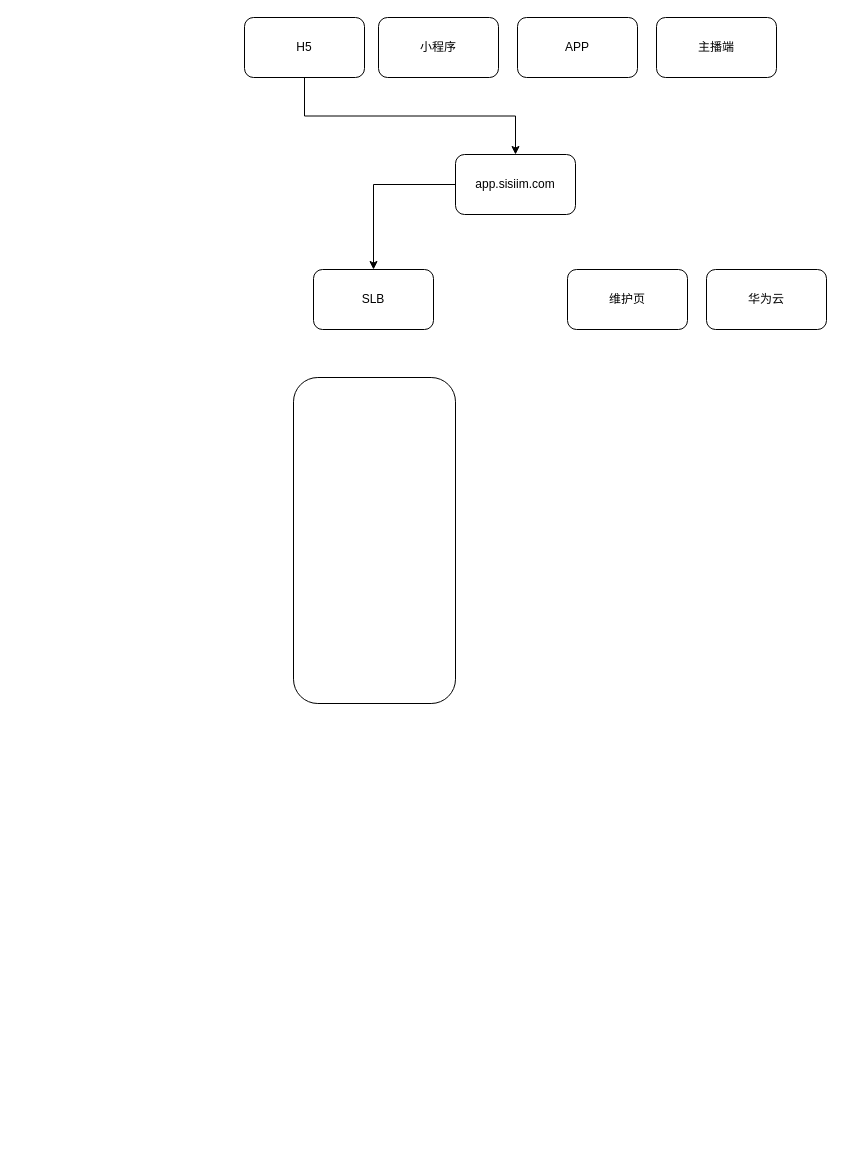
The draw.io diagram 直播迁移实施方案.drawio in mingtian110/pc_home, before the edit. Source tidied: cells renumbered, new cells numbered last; positions are measured from the earlier drawing's top-left corner, leaving out a move shared by most shapes. Both pictures are drawn from the tidied source at 100%, with x=0, y=0 at pixel (244, 17).
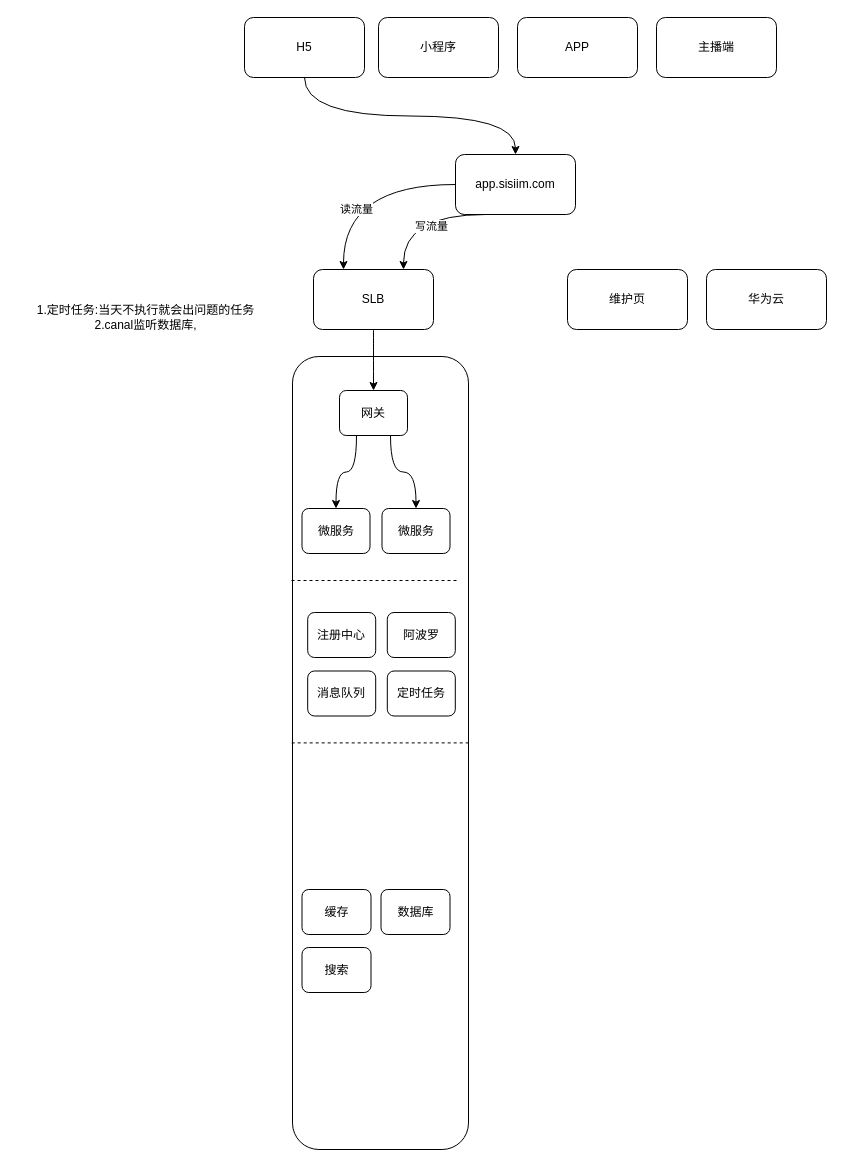
The same diagram, later.

Commit message (it also covers changes not shown here):
更新直播迁移实施方案.drawio

Unchanged cells that the change refers to:
```xml
<mxCell id="3" value="app.sisiim.com" style="rounded=1;whiteSpace=wrap;html=1;" parent="1" vertex="1">
  <mxGeometry x="211" y="137" width="120" height="60" as="geometry" />
</mxCell>
<mxCell id="4" value="SLB" style="rounded=1;whiteSpace=wrap;html=1;" parent="1" vertex="1">
  <mxGeometry x="69" y="252" width="120" height="60" as="geometry" />
</mxCell>
<mxCell id="9" value="H5" style="rounded=1;whiteSpace=wrap;html=1;" parent="1" vertex="1">
  <mxGeometry width="120" height="60" as="geometry" />
</mxCell>
```

Diff of the diagram source:
```diff
@@
+    <mxCell id="7" style="rounded=1;whiteSpace=wrap;html=1;" parent="1" vertex="1">
+      <mxGeometry x="48" y="339" width="176" height="793" as="geometry" />
+    </mxCell>
-    <mxCell id="2" style="edgeStyle=orthogonalEdgeStyle;rounded=0;jettySize=auto;html=1;exitX=0;exitY=0.5;exitDx=0;exitDy=0;" parent="1" edge="1" source="3" target="4">
+    <mxCell id="2" style="edgeStyle=orthogonalEdgeStyle;jettySize=auto;html=1;exitX=0;exitY=0.5;exitDx=0;exitDy=0;curved=1;entryX=0.25;entryY=0;entryDx=0;entryDy=0;" parent="1" edge="1" source="3" target="4">
       <mxGeometry relative="1" as="geometry" />
     </mxCell>
+    <mxCell id="13" value="读流量" style="edgeLabel;html=1;align=center;verticalAlign=middle;" parent="2" vertex="1">
+      <mxGeometry x="0.38" y="12" relative="1" as="geometry" />
+    </mxCell>
+    <mxCell id="14" style="edgeStyle=orthogonalEdgeStyle;curved=1;jettySize=auto;html=1;exitX=0.25;exitY=1;exitDx=0;exitDy=0;entryX=0.75;entryY=0;entryDx=0;entryDy=0;" parent="1" edge="1" source="3" target="4">
+      <mxGeometry relative="1" as="geometry">
+        <Array as="points">
+          <mxPoint x="159" y="197" />
+        </Array>
+      </mxGeometry>
+    </mxCell>
+    <mxCell id="15" value="写流量" style="edgeLabel;html=1;align=center;verticalAlign=middle;" parent="14" vertex="1">
+      <mxGeometry x="-0.19" y="11" relative="1" as="geometry" />
+    </mxCell>
@@
+    <mxCell id="16" style="edgeStyle=orthogonalEdgeStyle;curved=1;jettySize=auto;html=1;exitX=0.5;exitY=1;exitDx=0;exitDy=0;" parent="1" edge="1" source="4" target="21">
+      <mxGeometry relative="1" as="geometry" />
+    </mxCell>
@@
-    <mxCell id="7" style="rounded=1;whiteSpace=wrap;html=1;" parent="1" vertex="1">
-      <mxGeometry x="49" y="360" width="162" height="326" as="geometry" />
-    </mxCell>
-    <mxCell id="8" style="edgeStyle=orthogonalEdgeStyle;rounded=0;jettySize=auto;html=1;exitX=0.5;exitY=1;exitDx=0;exitDy=0;" parent="1" edge="1" source="9" target="3">
+    <mxCell id="8" style="edgeStyle=orthogonalEdgeStyle;jettySize=auto;html=1;exitX=0.5;exitY=1;exitDx=0;exitDy=0;curved=1;" parent="1" edge="1" source="9" target="3">
       <mxGeometry relative="1" as="geometry" />
     </mxCell>
@@
+    <mxCell id="17" value="微服务" style="rounded=1;whiteSpace=wrap;html=1;" parent="1" vertex="1">
+      <mxGeometry x="57.5" y="491" width="68" height="45" as="geometry" />
+    </mxCell>
+    <mxCell id="18" value="微服务" style="rounded=1;whiteSpace=wrap;html=1;" parent="1" vertex="1">
+      <mxGeometry x="137.5" y="491" width="68" height="45" as="geometry" />
+    </mxCell>
+    <mxCell id="19" style="edgeStyle=orthogonalEdgeStyle;curved=1;jettySize=auto;html=1;exitX=0.75;exitY=1;exitDx=0;exitDy=0;entryX=0.5;entryY=0;entryDx=0;entryDy=0;" parent="1" edge="1" source="21" target="18">
+      <mxGeometry relative="1" as="geometry" />
+    </mxCell>
+    <mxCell id="20" style="edgeStyle=orthogonalEdgeStyle;curved=1;jettySize=auto;html=1;exitX=0.25;exitY=1;exitDx=0;exitDy=0;entryX=0.5;entryY=0;entryDx=0;entryDy=0;" parent="1" edge="1" source="21" target="17">
+      <mxGeometry relative="1" as="geometry" />
+    </mxCell>
+    <mxCell id="21" value="网关" style="rounded=1;whiteSpace=wrap;html=1;" parent="1" vertex="1">
+      <mxGeometry x="95" y="373" width="68" height="45" as="geometry" />
+    </mxCell>
+    <mxCell id="22" style="endArrow=none;dashed=1;html=1;" parent="1" edge="1">
+      <mxGeometry relative="1" as="geometry">
+        <mxPoint x="47" y="563" as="sourcePoint" />
+        <mxPoint x="214" y="563" as="targetPoint" />
+      </mxGeometry>
+    </mxCell>
+    <mxCell id="23" value="注册中心" style="rounded=1;whiteSpace=wrap;html=1;" parent="1" vertex="1">
+      <mxGeometry x="63.2" y="595" width="68" height="45" as="geometry" />
+    </mxCell>
+    <mxCell id="24" value="阿波罗" style="rounded=1;whiteSpace=wrap;html=1;" parent="1" vertex="1">
+      <mxGeometry x="142.8" y="595" width="68" height="45" as="geometry" />
+    </mxCell>
+    <mxCell id="25" value="消息队列" style="rounded=1;whiteSpace=wrap;html=1;" parent="1" vertex="1">
+      <mxGeometry x="63.2" y="653.5" width="68" height="45" as="geometry" />
+    </mxCell>
+    <mxCell id="26" value="&lt;span&gt;定时任务&lt;/span&gt;" style="rounded=1;whiteSpace=wrap;html=1;" parent="1" vertex="1">
+      <mxGeometry x="142.8" y="653.5" width="68" height="45" as="geometry" />
+    </mxCell>
+    <mxCell id="27" style="endArrow=none;dashed=1;html=1;entryX=1;entryY=0.399;entryDx=0;entryDy=0;entryPerimeter=0;exitX=-0.01;exitY=0.399;exitDx=0;exitDy=0;exitPerimeter=0;" parent="1" edge="1">
+      <mxGeometry relative="1" as="geometry">
+        <mxPoint x="47.2" y="725.4" as="sourcePoint" />
+        <mxPoint x="225" y="725.4" as="targetPoint" />
+      </mxGeometry>
+    </mxCell>
+    <mxCell id="28" value="1.定时任务:当天不执行就会出问题的任务&lt;br&gt;2.canal监听数据库," style="text;html=1;strokeColor=none;fillColor=none;align=center;verticalAlign=middle;whiteSpace=wrap;rounded=0;" parent="1" vertex="1">
+      <mxGeometry x="-227" y="275" width="257" height="50" as="geometry" />
+    </mxCell>
+    <mxCell id="29" value="缓存" style="rounded=1;whiteSpace=wrap;html=1;" parent="1" vertex="1">
+      <mxGeometry x="57.5" y="872" width="69" height="45" as="geometry" />
+    </mxCell>
+    <mxCell id="30" value="数据库" style="rounded=1;whiteSpace=wrap;html=1;" parent="1" vertex="1">
+      <mxGeometry x="136.5" y="872" width="69" height="45" as="geometry" />
+    </mxCell>
+    <mxCell id="31" value="搜索" style="rounded=1;whiteSpace=wrap;html=1;" parent="1" vertex="1">
+      <mxGeometry x="57.5" y="930" width="69" height="45" as="geometry" />
+    </mxCell>
```
